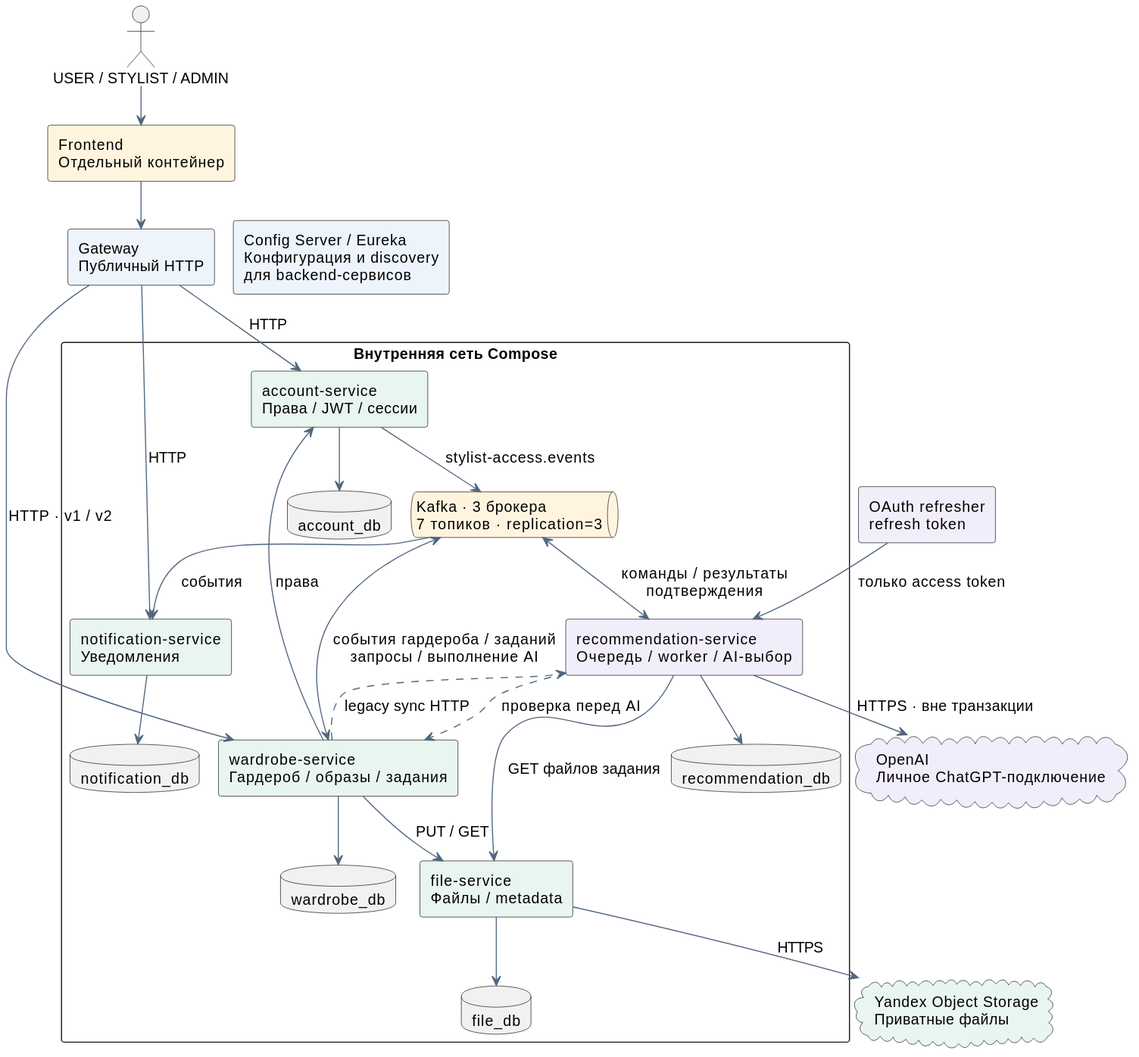
Above: docs/lab4/diagrams/components.svg in SimeonGor/clothes-advisor (PlantUML), before the change. Its source is kept beside it as docs/lab4/diagrams/components.puml.
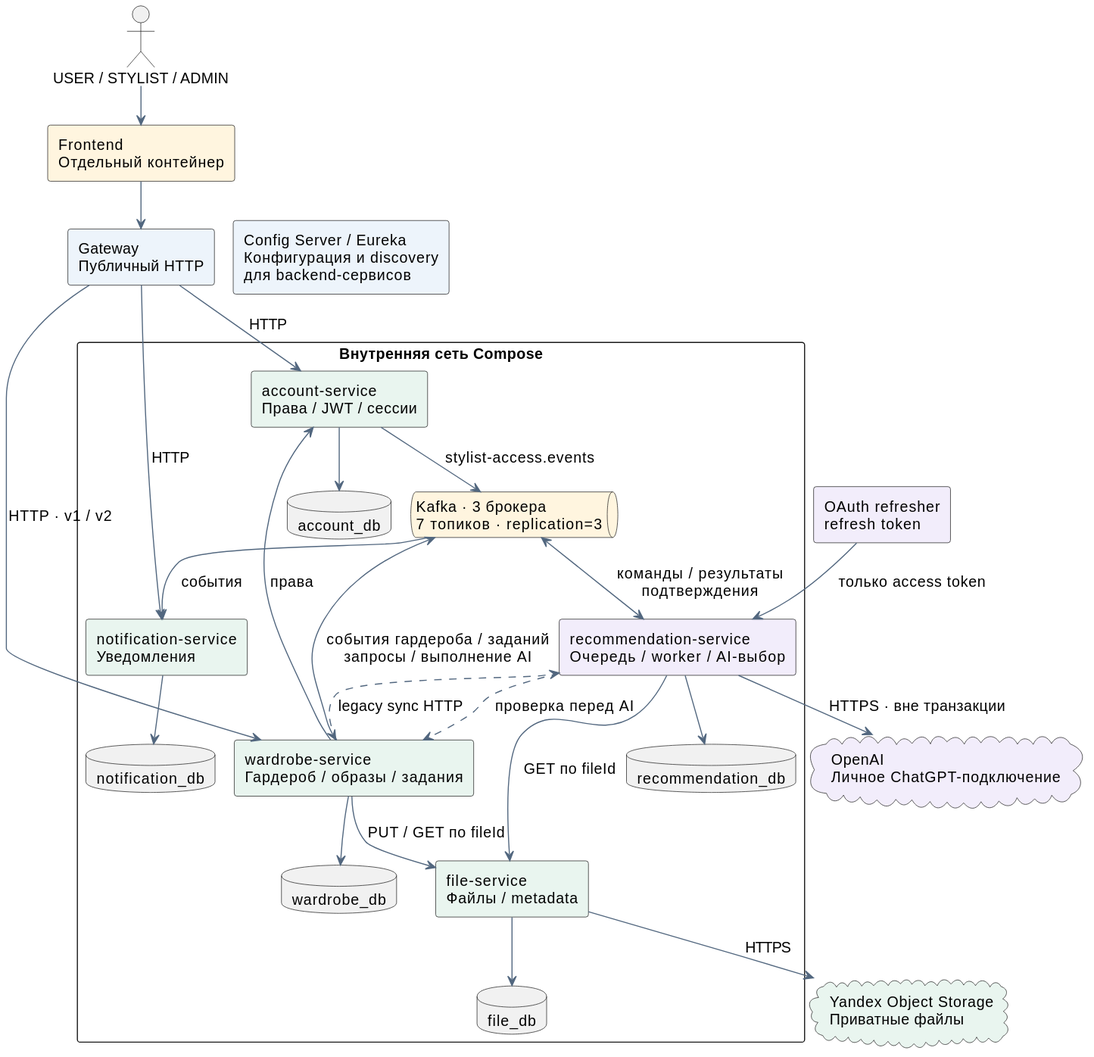
After the change.

The edit, as a diff of the source:
```diff
@@ -43,8 +43,8 @@
 kafka --> notify : события
 kafka <--> rec : команды / результаты\nподтверждения
 rec --> rdb
-wardrobe --> files : PUT / GET
-rec --> files : GET файлов задания
+wardrobe --> files : PUT / GET по fileId
+rec --> files : GET по fileId
 rec ..> wardrobe : проверка перед AI
 wardrobe ..> rec : legacy sync HTTP
 files --> fdb
```
